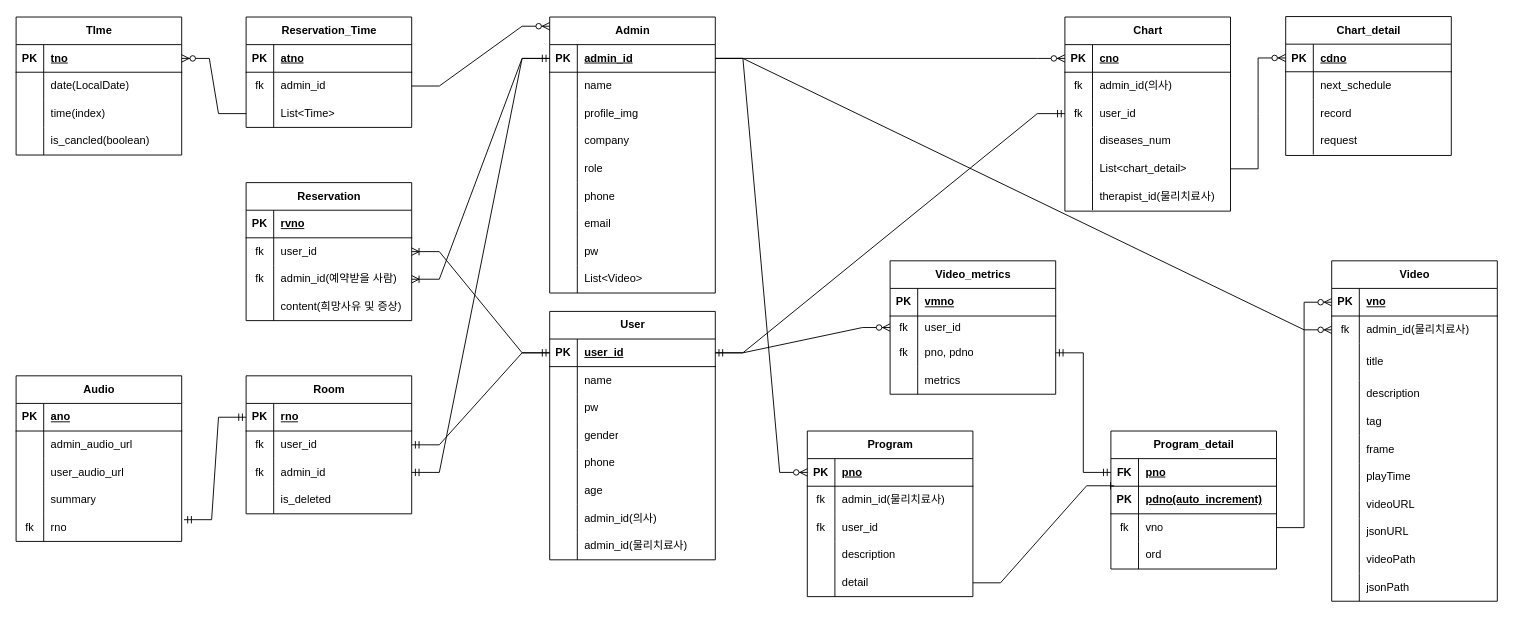
Before: dbModeling.drawio in sync-without-async/Rehab-BackEnd, a draw.io diagram. Source tidied: cells renumbered, new cells numbered last; positions are measured from the earlier drawing's top-left corner, leaving out a move shared by most shapes. Both pictures are drawn from the tidied source at 92%, with x=0, y=0 at pixel (16, -11).
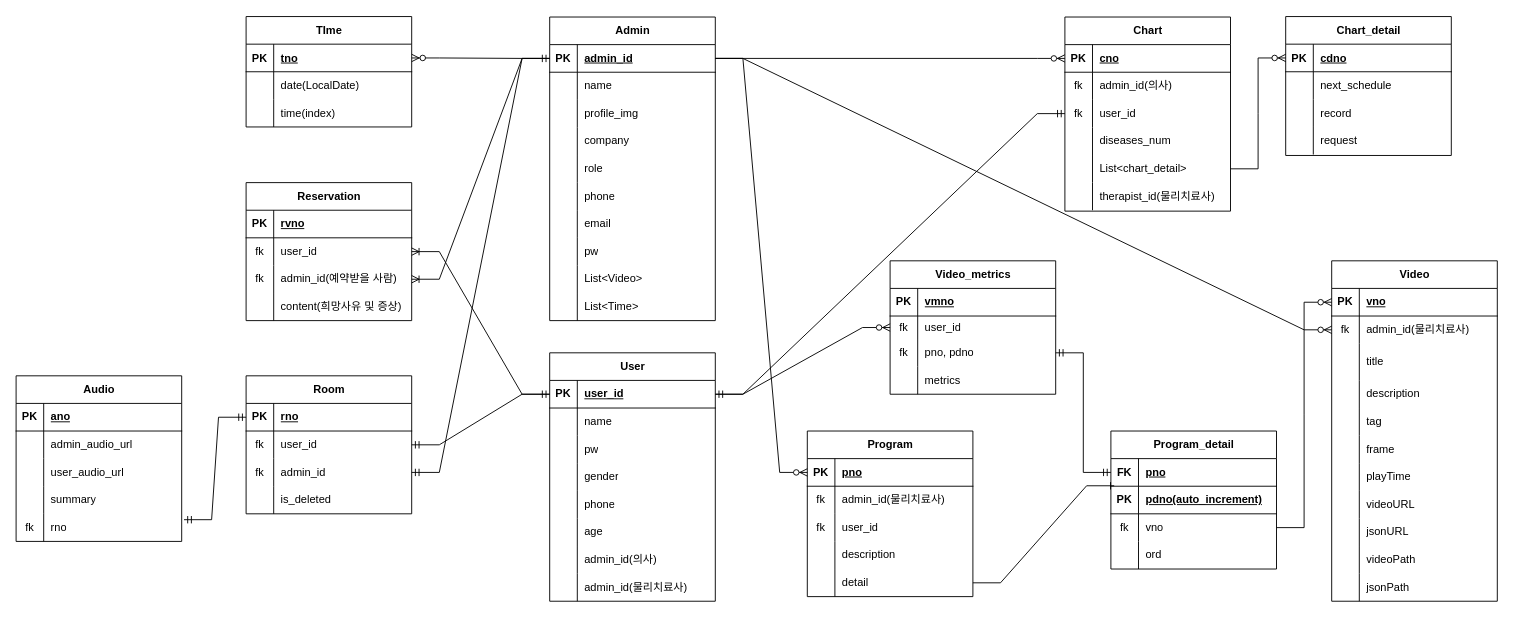
The same diagram, later.

Commit message:
refactor : 관리자 예약시간 스키마 변경

Unchanged cells that the change refers to:
```xml
<mxCell id="3" style="shape=tableRow;horizontal=0;startSize=0;swimlaneHead=0;swimlaneBody=0;fillColor=none;points=[[0,0.5],[1,0.5]];portConstraint=eastwest;top=0;left=0;right=0;bottom=1;" parent="2" vertex="1">
  <mxGeometry y="30" width="180" height="30" as="geometry" />
</mxCell>
<mxCell id="229" style="shape=tableRow;horizontal=0;startSize=0;swimlaneHead=0;swimlaneBody=0;fillColor=none;points=[[0,0.5],[1,0.5]];portConstraint=eastwest;top=0;left=0;right=0;bottom=1;" parent="228" vertex="1">
  <mxGeometry y="30" width="180" height="30" as="geometry" />
</mxCell>
```

Diff of the diagram source:
```diff
@@
     <mxCell id="2" value="Admin" style="shape=table;startSize=30;childLayout=tableLayout;rowLines=0;fontStyle=1;align=center;html=1;" parent="1" vertex="1">
-      <mxGeometry x="580" y="30" width="180" height="300" as="geometry" />
+      <mxGeometry x="580" y="30" width="180" height="330" as="geometry" />
     </mxCell>
@@
+    <mxCell id="244" style="shape=tableRow;horizontal=0;startSize=0;swimlaneHead=0;swimlaneBody=0;fillColor=none;top=0;left=0;right=0;bottom=0;" parent="2" vertex="1">
+      <mxGeometry y="300" width="180" height="30" as="geometry" />
+    </mxCell>
+    <mxCell id="245" style="shape=partialRectangle;fillColor=none;top=0;left=0;bottom=0;right=0;overflow=hidden;whiteSpace=wrap;html=1;" parent="244" vertex="1">
+      <mxGeometry width="30" height="30" as="geometry" />
+    </mxCell>
+    <mxCell id="227" value="List&amp;lt;Time&amp;gt;" style="shape=partialRectangle;fillColor=none;top=0;left=0;bottom=0;right=0;align=left;spacingLeft=6;overflow=hidden;whiteSpace=wrap;html=1;" parent="244" vertex="1">
+      <mxGeometry x="30" width="150" height="30" as="geometry" />
+    </mxCell>
     <mxCell id="30" value="User" style="shape=table;startSize=30;childLayout=tableLayout;rowLines=0;fontStyle=1;align=center;html=1;" parent="1" vertex="1">
-      <mxGeometry x="580" y="350" width="180" height="270" as="geometry" />
+      <mxGeometry x="580" y="395" width="180" height="270" as="geometry" />
     </mxCell>
@@
-    <mxCell id="218" value="Reservation_Time" style="shape=table;startSize=30;childLayout=tableLayout;rowLines=0;fontStyle=1;align=center;html=1;" parent="1" vertex="1">
-      <mxGeometry x="250" y="30" width="180" height="120" as="geometry" />
-    </mxCell>
-    <mxCell id="219" style="shape=tableRow;horizontal=0;startSize=0;swimlaneHead=0;swimlaneBody=0;fillColor=none;top=0;left=0;right=0;bottom=1;" parent="218" vertex="1">
-      <mxGeometry y="30" width="180" height="30" as="geometry" />
-    </mxCell>
-    <mxCell id="220" value="PK" style="shape=partialRectangle;fillColor=none;top=0;left=0;bottom=0;right=0;fontStyle=1;overflow=hidden;whiteSpace=wrap;html=1;" parent="219" vertex="1">
-      <mxGeometry width="30" height="30" as="geometry" />
-    </mxCell>
-    <mxCell id="221" value="atno" style="shape=partialRectangle;fillColor=none;top=0;left=0;bottom=0;right=0;align=left;spacingLeft=6;fontStyle=5;overflow=hidden;whiteSpace=wrap;html=1;" parent="219" vertex="1">
-      <mxGeometry x="30" width="150" height="30" as="geometry" />
-    </mxCell>
-    <mxCell id="222" style="shape=tableRow;horizontal=0;startSize=0;swimlaneHead=0;swimlaneBody=0;fillColor=none;points=[[0,0.5],[1,0.5]];portConstraint=eastwest;top=0;left=0;right=0;bottom=0;" parent="218" vertex="1">
-      <mxGeometry y="60" width="180" height="30" as="geometry" />
-    </mxCell>
-    <mxCell id="223" value="fk" style="shape=partialRectangle;fillColor=none;top=0;left=0;bottom=0;right=0;overflow=hidden;whiteSpace=wrap;html=1;" parent="222" vertex="1">
-      <mxGeometry width="30" height="30" as="geometry" />
-    </mxCell>
-    <mxCell id="224" value="admin_id" style="shape=partialRectangle;fillColor=none;top=0;left=0;bottom=0;right=0;align=left;spacingLeft=6;overflow=hidden;whiteSpace=wrap;html=1;" parent="222" vertex="1">
-      <mxGeometry x="30" width="150" height="30" as="geometry" />
-    </mxCell>
-    <mxCell id="225" style="shape=tableRow;horizontal=0;startSize=0;swimlaneHead=0;swimlaneBody=0;fillColor=none;points=[[0,0.5],[1,0.5]];portConstraint=eastwest;top=0;left=0;right=0;bottom=0;" parent="218" vertex="1">
-      <mxGeometry y="90" width="180" height="30" as="geometry" />
-    </mxCell>
-    <mxCell id="226" style="shape=partialRectangle;fillColor=none;top=0;left=0;bottom=0;right=0;overflow=hidden;whiteSpace=wrap;html=1;" parent="225" vertex="1">
-      <mxGeometry width="30" height="30" as="geometry" />
-    </mxCell>
-    <mxCell id="227" value="List&amp;lt;Time&amp;gt;" style="shape=partialRectangle;fillColor=none;top=0;left=0;bottom=0;right=0;align=left;spacingLeft=6;overflow=hidden;whiteSpace=wrap;html=1;" parent="225" vertex="1">
-      <mxGeometry x="30" width="150" height="30" as="geometry" />
-    </mxCell>
     <mxCell id="228" value="TIme" style="shape=table;startSize=30;childLayout=tableLayout;rowLines=0;fontStyle=1;align=center;html=1;" parent="1" vertex="1">
-      <mxGeometry y="30" width="180" height="150" as="geometry" />
+      <mxGeometry x="250" y="29.5" width="180" height="120" as="geometry" />
     </mxCell>
@@
-    <mxCell id="238" style="shape=tableRow;horizontal=0;startSize=0;swimlaneHead=0;swimlaneBody=0;fillColor=none;top=0;left=0;right=0;bottom=0;" parent="228" vertex="1">
-      <mxGeometry y="120" width="180" height="30" as="geometry" />
-    </mxCell>
-    <mxCell id="239" style="shape=partialRectangle;fillColor=none;top=0;left=0;bottom=0;right=0;overflow=hidden;whiteSpace=wrap;html=1;" parent="238" vertex="1">
-      <mxGeometry width="30" height="30" as="geometry" />
-    </mxCell>
-    <mxCell id="240" value="is_cancled(boolean)" style="shape=partialRectangle;fillColor=none;top=0;left=0;bottom=0;right=0;align=left;spacingLeft=6;overflow=hidden;whiteSpace=wrap;html=1;" parent="238" vertex="1">
-      <mxGeometry x="30" width="150" height="30" as="geometry" />
-    </mxCell>
-    <mxCell id="241" style="edgeStyle=entityRelationEdgeStyle;fontSize=12;html=1;endArrow=ERzeroToMany;endFill=1;rounded=0;entryX=1;entryY=0.5;entryDx=0;entryDy=0;" parent="1" edge="1" source="225" target="229">
+    <mxCell id="241" style="edgeStyle=entityRelationEdgeStyle;fontSize=12;html=1;endArrow=ERzeroToMany;endFill=1;rounded=0;entryX=1;entryY=0.5;entryDx=0;entryDy=0;" parent="1" edge="1" source="3" target="229">
       <mxGeometry relative="1" as="geometry" />
     </mxCell>
-    <mxCell id="242" style="edgeStyle=entityRelationEdgeStyle;fontSize=12;html=1;endArrow=ERzeroToMany;endFill=1;rounded=0;exitX=1;exitY=0.5;exitDx=0;exitDy=0;" parent="1" edge="1" source="222">
-      <mxGeometry relative="1" as="geometry">
-        <mxPoint x="580" y="40" as="targetPoint" />
-        <Array as="points">
-          <mxPoint x="490" />
-        </Array>
-      </mxGeometry>
-    </mxCell>
```
